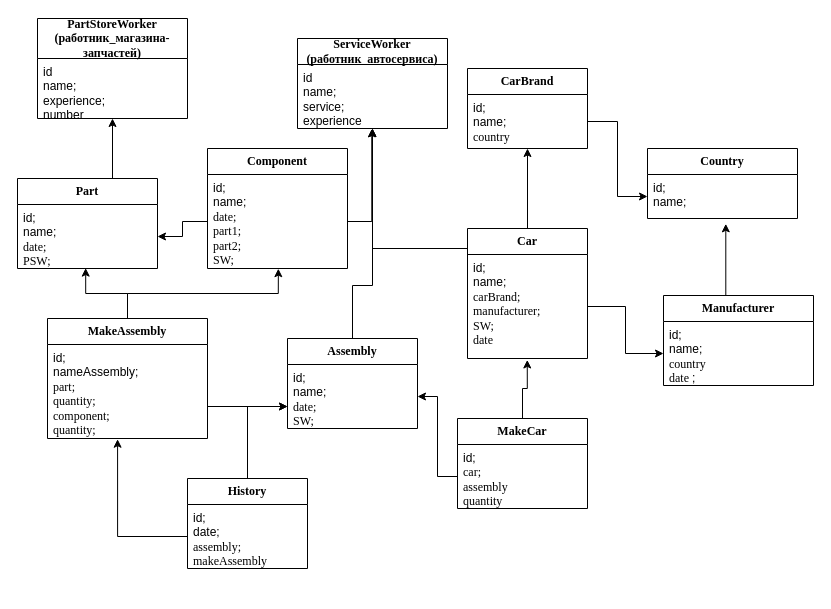
The draw.io diagram KURSV_OOP.drawio in Akmaralakmaral/KURSV_OOP, before the edit. Source tidied: cells renumbered, new cells numbered last; positions are measured from the earlier drawing's top-left corner, leaving out a move shared by most shapes. Both pictures are drawn from the tidied source at 100%, with x=0, y=0 at pixel (17, 18).
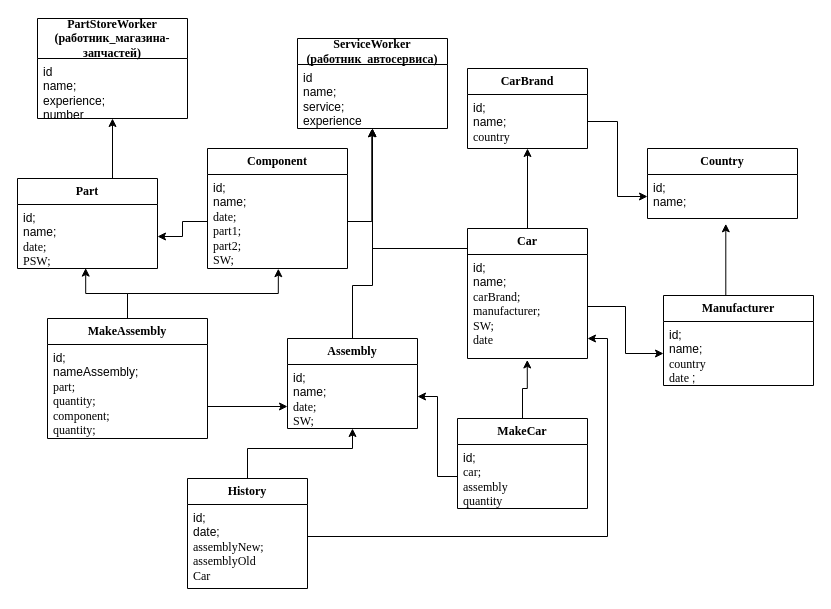
The same diagram, later.

Unchanged cells that the change refers to:
```xml
<mxCell id="14" value="id;&lt;br&gt;name;&lt;br&gt;&lt;font&gt;&lt;font style=&quot;font-size: 12px&quot;&gt;&lt;span style=&quot;line-height: 106% ; font-family: &amp;#34;times new roman&amp;#34; , serif&quot;&gt;carBrand;&lt;/span&gt;&lt;/font&gt;&lt;span style=&quot;line-height: 106% ; font-family: &amp;#34;times new roman&amp;#34; , serif&quot;&gt;&lt;font style=&quot;font-size: 12px&quot;&gt;&lt;br&gt;&lt;span style=&quot;line-height: 106%&quot;&gt;manufacturer;&lt;br&gt;&lt;/span&gt;&lt;/font&gt;SW;&lt;br&gt;date&lt;br&gt;&lt;/span&gt;&lt;/font&gt;" style="text;strokeColor=none;fillColor=none;align=left;verticalAlign=top;spacingLeft=4;spacingRight=4;overflow=hidden;points=[[0,0.5],[1,0.5]];portConstraint=eastwest;whiteSpace=wrap;html=1;" parent="13" vertex="1">
  <mxGeometry y="26" width="120" height="104" as="geometry" />
</mxCell>
<mxCell id="23" value="&lt;font&gt;&lt;font&gt;&lt;font style=&quot;font-size: 12px&quot;&gt;id;&lt;br&gt;name;&lt;br&gt;&lt;/font&gt;&lt;/font&gt;&lt;span style=&quot;line-height: 106% ; font-family: &amp;#34;times new roman&amp;#34; , serif&quot;&gt;date;&lt;br&gt;SW;&lt;br&gt;&lt;/span&gt;&lt;/font&gt;" style="text;strokeColor=none;fillColor=none;align=left;verticalAlign=top;spacingLeft=4;spacingRight=4;overflow=hidden;points=[[0,0.5],[1,0.5]];portConstraint=eastwest;whiteSpace=wrap;html=1;" parent="22" vertex="1">
  <mxGeometry y="26" width="130" height="64" as="geometry" />
</mxCell>
<mxCell id="27" value="&lt;font&gt;&lt;font&gt;&lt;font style=&quot;font-size: 12px&quot;&gt;id;&lt;br&gt;nameAssembly;&lt;br&gt;&lt;/font&gt;&lt;/font&gt;&lt;span style=&quot;line-height: 106% ; font-family: &amp;#34;times new roman&amp;#34; , serif&quot;&gt;part;&lt;br&gt;quantity;&lt;br&gt;component;&lt;br&gt;quantity;&lt;br&gt;&lt;br&gt;&lt;/span&gt;&lt;/font&gt;" style="text;strokeColor=none;fillColor=none;align=left;verticalAlign=top;spacingLeft=4;spacingRight=4;overflow=hidden;points=[[0,0.5],[1,0.5]];portConstraint=eastwest;whiteSpace=wrap;html=1;" parent="26" vertex="1">
  <mxGeometry y="26" width="160" height="94" as="geometry" />
</mxCell>
```

What changed in the source:
```diff
@@
     <mxCell id="28" style="edgeStyle=orthogonalEdgeStyle;rounded=0;jettySize=auto;html=1;exitX=0.5;exitY=0;exitDx=0;exitDy=0;" parent="1" edge="1" source="29" target="23">
       <mxGeometry relative="1" as="geometry">
         <Array as="points">
-          <mxPoint x="230" y="388" />
+          <mxPoint x="230" y="430" />
+          <mxPoint x="335" y="430" />
         </Array>
       </mxGeometry>
     </mxCell>
     <mxCell id="29" value="&lt;b&gt;&lt;span style=&quot;line-height: 106% ; font-family: &amp;#34;times new roman&amp;#34; , serif&quot;&gt;&lt;font style=&quot;font-size: 12px&quot;&gt;History&lt;/font&gt;&lt;/span&gt;&lt;/b&gt;" style="swimlane;fontStyle=0;horizontal=1;startSize=26;fillColor=none;whiteSpace=wrap;html=1;" parent="1" vertex="1">
-      <mxGeometry x="170" y="460" width="120" height="90" as="geometry" />
+      <mxGeometry x="170" y="460" width="120" height="110" as="geometry" />
     </mxCell>
-    <mxCell id="30" value="id;&lt;br&gt;date;&lt;br&gt;&lt;font&gt;&lt;span style=&quot;line-height: 106% ; font-family: &amp;#34;times new roman&amp;#34; , serif&quot;&gt;assembly;&lt;br&gt;makeAssembly&lt;br&gt;&lt;/span&gt;&lt;/font&gt;" style="text;strokeColor=none;fillColor=none;align=left;verticalAlign=top;spacingLeft=4;spacingRight=4;overflow=hidden;points=[[0,0.5],[1,0.5]];portConstraint=eastwest;whiteSpace=wrap;html=1;" parent="29" vertex="1">
-      <mxGeometry y="26" width="120" height="64" as="geometry" />
+    <mxCell id="30" value="id;&lt;br&gt;date;&lt;br&gt;&lt;font&gt;&lt;span style=&quot;line-height: 106% ; font-family: &amp;#34;times new roman&amp;#34; , serif&quot;&gt;assemblyNew;&lt;br&gt;assemblyOld&lt;br&gt;Car&lt;br&gt;&lt;/span&gt;&lt;/font&gt;" style="text;strokeColor=none;fillColor=none;align=left;verticalAlign=top;spacingLeft=4;spacingRight=4;overflow=hidden;points=[[0,0.5],[1,0.5]];portConstraint=eastwest;whiteSpace=wrap;html=1;" parent="29" vertex="1">
+      <mxGeometry y="26" width="120" height="84" as="geometry" />
     </mxCell>
@@
-    <mxCell id="34" style="edgeStyle=orthogonalEdgeStyle;rounded=0;jettySize=auto;html=1;exitX=0;exitY=0.5;exitDx=0;exitDy=0;entryX=0.438;entryY=1.008;entryDx=0;entryDy=0;entryPerimeter=0;" parent="1" edge="1" source="30" target="27">
-      <mxGeometry relative="1" as="geometry" />
+    <mxCell id="34" style="edgeStyle=orthogonalEdgeStyle;rounded=0;jettySize=auto;html=1;" parent="1" edge="1" source="30" target="14">
+      <mxGeometry relative="1" as="geometry">
+        <Array as="points">
+          <mxPoint x="590" y="518" />
+          <mxPoint x="590" y="320" />
+        </Array>
+      </mxGeometry>
     </mxCell>
```
